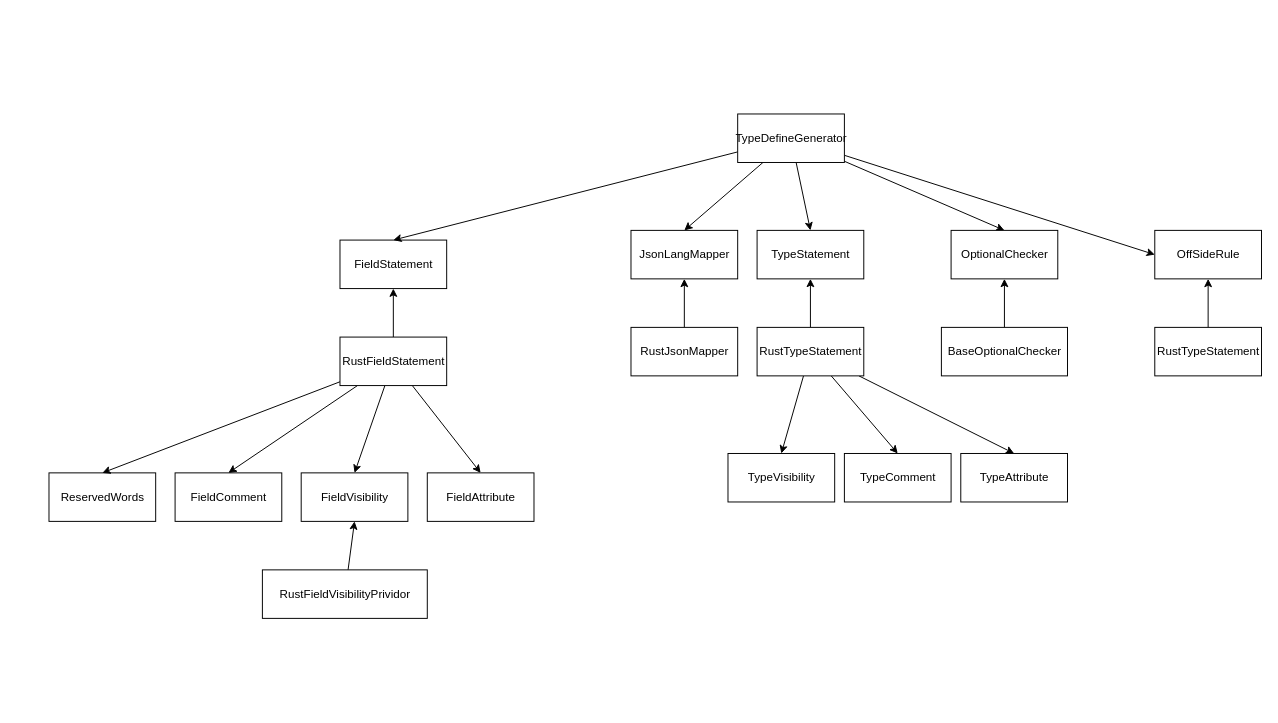
The draw.io diagram docs/v1_arc.dio in u-kai/type-gen, before the edit. Source tidied: cells renumbered, new cells numbered last; positions are measured from the earlier drawing's top-left corner, leaving out a move shared by most shapes. Both pictures are drawn from the tidied source at 97%, with x=0, y=0 at pixel (48, 113).
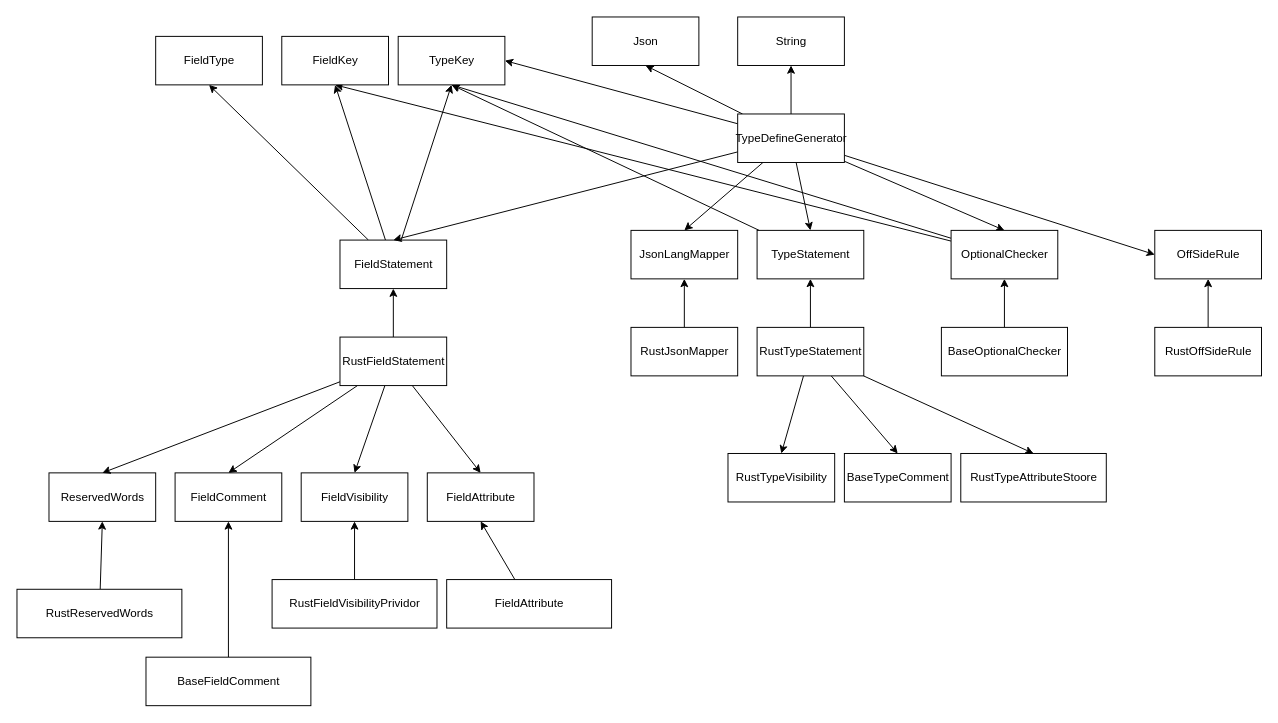
Above is the later version.

Unchanged cells that the change refers to:
```xml
<mxCell id="2" value="FieldStatement" style="html=1;" parent="1" vertex="1">
  <mxGeometry x="300" y="130" width="110" height="50" as="geometry" />
</mxCell>
<mxCell id="3" value="FieldAttribute" style="html=1;" parent="1" vertex="1">
  <mxGeometry x="390" y="370" width="110" height="50" as="geometry" />
</mxCell>
<mxCell id="4" value="FieldComment" style="html=1;" parent="1" vertex="1">
  <mxGeometry x="130" y="370" width="110" height="50" as="geometry" />
</mxCell>
<mxCell id="8" value="ReservedWords" style="html=1;" parent="1" vertex="1">
  <mxGeometry y="370" width="110" height="50" as="geometry" />
</mxCell>
<mxCell id="9" value="TypeStatement" style="html=1;" parent="1" vertex="1">
  <mxGeometry x="730" y="120" width="110" height="50" as="geometry" />
</mxCell>
<mxCell id="17" value="TypeDefineGenerator" style="html=1;" parent="1" vertex="1">
  <mxGeometry x="710" width="110" height="50" as="geometry" />
</mxCell>
<mxCell id="18" value="OptionalChecker" style="html=1;" parent="1" vertex="1">
  <mxGeometry x="930" y="120" width="110" height="50" as="geometry" />
</mxCell>
```

The edit, as a diff of the source:
```diff
@@
+    <mxCell id="39" style="edgeStyle=none;html=1;entryX=0.5;entryY=1;entryDx=0;entryDy=0;" parent="1" edge="1" source="2" target="58">
+      <mxGeometry relative="1" as="geometry" />
+    </mxCell>
+    <mxCell id="40" style="edgeStyle=none;html=1;entryX=0.5;entryY=1;entryDx=0;entryDy=0;" parent="1" edge="1" source="2" target="56">
+      <mxGeometry relative="1" as="geometry" />
+    </mxCell>
+    <mxCell id="41" style="edgeStyle=none;html=1;entryX=0.5;entryY=1;entryDx=0;entryDy=0;" parent="1" edge="1" source="2" target="57">
+      <mxGeometry relative="1" as="geometry" />
+    </mxCell>
@@
+    <mxCell id="42" style="edgeStyle=none;html=1;entryX=0.5;entryY=1;entryDx=0;entryDy=0;" parent="1" edge="1" source="9" target="58">
+      <mxGeometry relative="1" as="geometry" />
+    </mxCell>
@@
-    <mxCell id="10" value="TypeAttribute" style="html=1;" parent="1" vertex="1">
-      <mxGeometry x="940" y="350" width="110" height="50" as="geometry" />
+    <mxCell id="10" value="RustTypeAttributeStoore" style="html=1;" parent="1" vertex="1">
+      <mxGeometry x="940" y="350" width="150" height="50" as="geometry" />
     </mxCell>
-    <mxCell id="11" value="TypeComment" style="html=1;" parent="1" vertex="1">
+    <mxCell id="11" value="BaseTypeComment" style="html=1;" parent="1" vertex="1">
       <mxGeometry x="820" y="350" width="110" height="50" as="geometry" />
     </mxCell>
@@
+    <mxCell id="43" style="edgeStyle=none;html=1;entryX=0.5;entryY=1;entryDx=0;entryDy=0;" parent="1" edge="1" source="17" target="54">
+      <mxGeometry relative="1" as="geometry" />
+    </mxCell>
+    <mxCell id="44" style="edgeStyle=none;html=1;entryX=0.5;entryY=1;entryDx=0;entryDy=0;" parent="1" edge="1" source="17" target="55">
+      <mxGeometry relative="1" as="geometry" />
+    </mxCell>
+    <mxCell id="45" style="edgeStyle=none;html=1;entryX=1;entryY=0.5;entryDx=0;entryDy=0;" parent="1" edge="1" source="17" target="58">
+      <mxGeometry relative="1" as="geometry" />
+    </mxCell>
@@
+    <mxCell id="46" style="edgeStyle=none;html=1;entryX=0.5;entryY=1;entryDx=0;entryDy=0;" parent="1" edge="1" source="18" target="58">
+      <mxGeometry relative="1" as="geometry" />
+    </mxCell>
+    <mxCell id="47" style="edgeStyle=none;html=1;entryX=0.5;entryY=1;entryDx=0;entryDy=0;" parent="1" edge="1" source="18" target="56">
+      <mxGeometry relative="1" as="geometry" />
+    </mxCell>
@@
     <mxCell id="26" value="RustFieldVisibilityPrividor" style="html=1;" parent="1" vertex="1">
-      <mxGeometry x="220" y="470" width="170" height="50" as="geometry" />
+      <mxGeometry x="230" y="480" width="170" height="50" as="geometry" />
     </mxCell>
@@
-    <mxCell id="32" value="TypeVisibility" style="html=1;" parent="1" vertex="1">
+    <mxCell id="32" value="RustTypeVisibility" style="html=1;" parent="1" vertex="1">
       <mxGeometry x="700" y="350" width="110" height="50" as="geometry" />
     </mxCell>
@@
-    <mxCell id="34" value="RustTypeStatement" style="html=1;" parent="1" vertex="1">
+    <mxCell id="34" value="RustOffSideRule" style="html=1;" parent="1" vertex="1">
       <mxGeometry x="1140" y="220" width="110" height="50" as="geometry" />
     </mxCell>
@@
+    <mxCell id="48" style="edgeStyle=none;html=1;entryX=0.5;entryY=1;entryDx=0;entryDy=0;" parent="1" edge="1" source="49" target="4">
+      <mxGeometry relative="1" as="geometry" />
+    </mxCell>
+    <mxCell id="49" value="BaseFieldComment" style="html=1;" parent="1" vertex="1">
+      <mxGeometry x="100" y="560" width="170" height="50" as="geometry" />
+    </mxCell>
+    <mxCell id="50" style="edgeStyle=none;html=1;entryX=0.5;entryY=1;entryDx=0;entryDy=0;" parent="1" edge="1" source="51" target="8">
+      <mxGeometry relative="1" as="geometry" />
+    </mxCell>
+    <mxCell id="51" value="RustReservedWords" style="html=1;" parent="1" vertex="1">
+      <mxGeometry x="-33" y="490" width="170" height="50" as="geometry" />
+    </mxCell>
+    <mxCell id="52" style="edgeStyle=none;html=1;entryX=0.5;entryY=1;entryDx=0;entryDy=0;" parent="1" edge="1" source="53" target="3">
+      <mxGeometry relative="1" as="geometry" />
+    </mxCell>
+    <mxCell id="53" value="FieldAttribute" style="html=1;" parent="1" vertex="1">
+      <mxGeometry x="410" y="480" width="170" height="50" as="geometry" />
+    </mxCell>
+    <mxCell id="54" value="String" style="html=1;" parent="1" vertex="1">
+      <mxGeometry x="710" y="-100" width="110" height="50" as="geometry" />
+    </mxCell>
+    <mxCell id="55" value="Json" style="html=1;" parent="1" vertex="1">
+      <mxGeometry x="560" y="-100" width="110" height="50" as="geometry" />
+    </mxCell>
+    <mxCell id="56" value="FieldKey" style="html=1;" parent="1" vertex="1">
+      <mxGeometry x="240" y="-80" width="110" height="50" as="geometry" />
+    </mxCell>
+    <mxCell id="57" value="FieldType" style="html=1;" parent="1" vertex="1">
+      <mxGeometry x="110" y="-80" width="110" height="50" as="geometry" />
+    </mxCell>
+    <mxCell id="58" value="TypeKey" style="html=1;" parent="1" vertex="1">
+      <mxGeometry x="360" y="-80" width="110" height="50" as="geometry" />
+    </mxCell>
```
